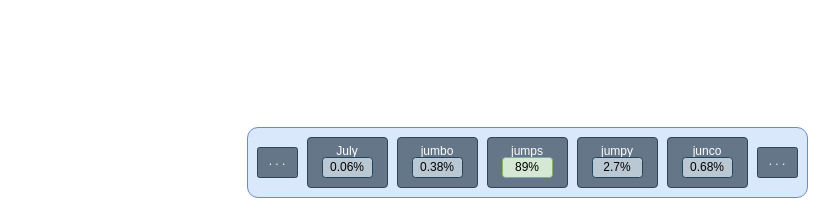
This is book/images/intro/predictions.drawio from yshavit/llm-notes, a draw.io file, before an edit. Source tidied: cells renumbered, new cells numbered last; positions are measured from the earlier drawing's top-left corner, leaving out a move shared by most shapes. Both pictures are drawn from the tidied source at 100%, with x=0, y=0 at pixel (247, 127).
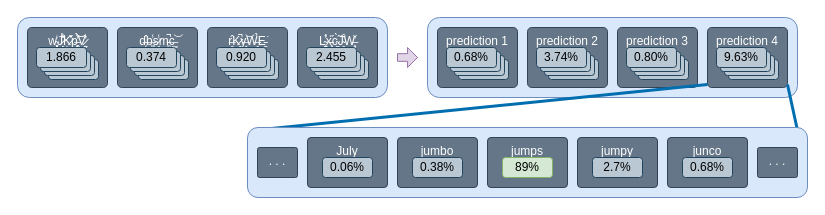
Above is the later version.

Diff of the diagram source:
```diff
@@
+    <mxCell id="15" style="rounded=1;whiteSpace=wrap;html=1;fillColor=#dae8fc;strokeColor=#6c8ebf;" parent="1" vertex="1">
+      <mxGeometry x="-230" y="-110" width="370" height="80" as="geometry" />
+    </mxCell>
+    <mxCell id="16" style="group;" parent="1" vertex="1">
+      <mxGeometry x="-40" y="-100" width="80" height="60" as="geometry" />
+    </mxCell>
+    <mxCell id="17" value="r̶̯̂K̷̘̚y̶̘͝W̶̘̉E̵̱͘" style="rounded=1;whiteSpace=wrap;html=1;fillColor=#647687;fontColor=#ffffff;strokeColor=#314354;verticalAlign=top;arcSize=7;" parent="16" vertex="1">
+      <mxGeometry width="80" height="60" as="geometry" />
+    </mxCell>
+    <mxCell id="18" style="group;" parent="16" vertex="1">
+      <mxGeometry x="9" y="20" width="62" height="32" as="geometry" />
+    </mxCell>
+    <mxCell id="19" style="rounded=1;whiteSpace=wrap;html=1;fillColor=#bac8d3;strokeColor=#23445d;" parent="18" vertex="1">
+      <mxGeometry x="12" y="12" width="50" height="20" as="geometry" />
+    </mxCell>
+    <mxCell id="20" style="rounded=1;whiteSpace=wrap;html=1;fillColor=#bac8d3;strokeColor=#23445d;" parent="18" vertex="1">
+      <mxGeometry x="8" y="8" width="50" height="20" as="geometry" />
+    </mxCell>
+    <mxCell id="21" style="rounded=1;whiteSpace=wrap;html=1;fillColor=#bac8d3;strokeColor=#23445d;" parent="18" vertex="1">
+      <mxGeometry x="4" y="4" width="50" height="20" as="geometry" />
+    </mxCell>
+    <mxCell id="22" value="0.920" style="rounded=1;whiteSpace=wrap;html=1;fillColor=#bac8d3;strokeColor=#23445d;" parent="18" vertex="1">
+      <mxGeometry width="50" height="20" as="geometry" />
+    </mxCell>
+    <mxCell id="23" style="group;" parent="1" vertex="1">
+      <mxGeometry x="50" y="-100" width="80" height="60" as="geometry" />
+    </mxCell>
+    <mxCell id="24" value="L̴̠͙̊̾x̵̧͙̋c̴̳̀̃J̴̯͒̄W̶̖͓̓̌" style="rounded=1;whiteSpace=wrap;html=1;fillColor=#647687;fontColor=#ffffff;strokeColor=#314354;verticalAlign=top;arcSize=7;" parent="23" vertex="1">
+      <mxGeometry width="80" height="60" as="geometry" />
+    </mxCell>
+    <mxCell id="25" style="group;" parent="23" vertex="1">
+      <mxGeometry x="9" y="20" width="62" height="32" as="geometry" />
+    </mxCell>
+    <mxCell id="26" style="rounded=1;whiteSpace=wrap;html=1;fillColor=#bac8d3;strokeColor=#23445d;" parent="25" vertex="1">
+      <mxGeometry x="12" y="12" width="50" height="20" as="geometry" />
+    </mxCell>
+    <mxCell id="27" style="rounded=1;whiteSpace=wrap;html=1;fillColor=#bac8d3;strokeColor=#23445d;" parent="25" vertex="1">
+      <mxGeometry x="8" y="8" width="50" height="20" as="geometry" />
+    </mxCell>
+    <mxCell id="28" style="rounded=1;whiteSpace=wrap;html=1;fillColor=#bac8d3;strokeColor=#23445d;" parent="25" vertex="1">
+      <mxGeometry x="4" y="4" width="50" height="20" as="geometry" />
+    </mxCell>
+    <mxCell id="29" value="2.455" style="rounded=1;whiteSpace=wrap;html=1;fillColor=#bac8d3;strokeColor=#23445d;" parent="25" vertex="1">
+      <mxGeometry width="50" height="20" as="geometry" />
+    </mxCell>
+    <mxCell id="30" style="group;" parent="1" vertex="1">
+      <mxGeometry x="-130" y="-100" width="80" height="60" as="geometry" />
+    </mxCell>
+    <mxCell id="31" value="d̶͔̂b̶͖̾s̷̘̾m̵͚̚c̶͇͝" style="rounded=1;whiteSpace=wrap;html=1;fillColor=#647687;fontColor=#ffffff;strokeColor=#314354;verticalAlign=top;arcSize=7;" parent="30" vertex="1">
+      <mxGeometry width="80" height="60" as="geometry" />
+    </mxCell>
+    <mxCell id="32" style="group;" parent="30" vertex="1">
+      <mxGeometry x="9" y="20" width="62" height="32" as="geometry" />
+    </mxCell>
+    <mxCell id="33" style="rounded=1;whiteSpace=wrap;html=1;fillColor=#bac8d3;strokeColor=#23445d;" parent="32" vertex="1">
+      <mxGeometry x="12" y="12" width="50" height="20" as="geometry" />
+    </mxCell>
+    <mxCell id="34" style="rounded=1;whiteSpace=wrap;html=1;fillColor=#bac8d3;strokeColor=#23445d;" parent="32" vertex="1">
+      <mxGeometry x="8" y="8" width="50" height="20" as="geometry" />
+    </mxCell>
+    <mxCell id="35" style="rounded=1;whiteSpace=wrap;html=1;fillColor=#bac8d3;strokeColor=#23445d;" parent="32" vertex="1">
+      <mxGeometry x="4" y="4" width="50" height="20" as="geometry" />
+    </mxCell>
+    <mxCell id="36" value="0.374" style="rounded=1;whiteSpace=wrap;html=1;fillColor=#bac8d3;strokeColor=#23445d;" parent="32" vertex="1">
+      <mxGeometry width="50" height="20" as="geometry" />
+    </mxCell>
+    <mxCell id="37" style="group;" parent="1" vertex="1">
+      <mxGeometry x="-220" y="-100" width="80" height="60" as="geometry" />
+    </mxCell>
+    <mxCell id="38" value="w̴͕͎͓͓̒J̷̙́̋̎̐Ḳ̷̽̌p̶̰̻̜̔̉͝͝ͅV̷̠̘͐̓" style="rounded=1;whiteSpace=wrap;html=1;fillColor=#647687;fontColor=#ffffff;strokeColor=#314354;verticalAlign=top;arcSize=7;" parent="37" vertex="1">
+      <mxGeometry width="80" height="60" as="geometry" />
+    </mxCell>
+    <mxCell id="39" style="group;" parent="37" vertex="1">
+      <mxGeometry x="9" y="20" width="62" height="32" as="geometry" />
+    </mxCell>
+    <mxCell id="40" style="rounded=1;whiteSpace=wrap;html=1;fillColor=#bac8d3;strokeColor=#23445d;" parent="39" vertex="1">
+      <mxGeometry x="12" y="12" width="50" height="20" as="geometry" />
+    </mxCell>
+    <mxCell id="41" style="rounded=1;whiteSpace=wrap;html=1;fillColor=#bac8d3;strokeColor=#23445d;" parent="39" vertex="1">
+      <mxGeometry x="8" y="8" width="50" height="20" as="geometry" />
+    </mxCell>
+    <mxCell id="42" style="rounded=1;whiteSpace=wrap;html=1;fillColor=#bac8d3;strokeColor=#23445d;" parent="39" vertex="1">
+      <mxGeometry x="4" y="4" width="50" height="20" as="geometry" />
+    </mxCell>
+    <mxCell id="43" value="1.866" style="rounded=1;whiteSpace=wrap;html=1;fillColor=#bac8d3;strokeColor=#23445d;" parent="39" vertex="1">
+      <mxGeometry width="50" height="20" as="geometry" />
+    </mxCell>
+    <mxCell id="44" style="rounded=1;whiteSpace=wrap;html=1;fillColor=#dae8fc;strokeColor=#6c8ebf;" parent="1" vertex="1">
+      <mxGeometry x="180" y="-110" width="370" height="80" as="geometry" />
+    </mxCell>
+    <mxCell id="45" style="group;" parent="1" vertex="1">
+      <mxGeometry x="370" y="-100" width="80" height="60" as="geometry" />
+    </mxCell>
+    <mxCell id="46" value="prediction 3" style="rounded=1;whiteSpace=wrap;html=1;fillColor=#647687;fontColor=#ffffff;strokeColor=#314354;verticalAlign=top;arcSize=7;" parent="45" vertex="1">
+      <mxGeometry width="80" height="60" as="geometry" />
+    </mxCell>
+    <mxCell id="47" style="group;" parent="45" vertex="1">
+      <mxGeometry x="9" y="20" width="62" height="32" as="geometry" />
+    </mxCell>
+    <mxCell id="48" style="rounded=1;whiteSpace=wrap;html=1;fillColor=#bac8d3;strokeColor=#23445d;" parent="47" vertex="1">
+      <mxGeometry x="12" y="12" width="50" height="20" as="geometry" />
+    </mxCell>
+    <mxCell id="49" style="rounded=1;whiteSpace=wrap;html=1;fillColor=#bac8d3;strokeColor=#23445d;" parent="47" vertex="1">
+      <mxGeometry x="8" y="8" width="50" height="20" as="geometry" />
+    </mxCell>
+    <mxCell id="50" style="rounded=1;whiteSpace=wrap;html=1;fillColor=#bac8d3;strokeColor=#23445d;" parent="47" vertex="1">
+      <mxGeometry x="4" y="4" width="50" height="20" as="geometry" />
+    </mxCell>
+    <mxCell id="51" value="0.80%" style="rounded=1;whiteSpace=wrap;html=1;fillColor=#bac8d3;strokeColor=#23445d;" parent="47" vertex="1">
+      <mxGeometry width="50" height="20" as="geometry" />
+    </mxCell>
+    <mxCell id="52" style="group;" parent="1" vertex="1">
+      <mxGeometry x="460" y="-100" width="80" height="60" as="geometry" />
+    </mxCell>
+    <mxCell id="53" value="prediction 4" style="rounded=1;whiteSpace=wrap;html=1;fillColor=#647687;fontColor=#ffffff;strokeColor=#314354;verticalAlign=top;arcSize=7;" parent="52" vertex="1">
+      <mxGeometry width="80" height="60" as="geometry" />
+    </mxCell>
+    <mxCell id="54" style="group;" parent="52" vertex="1">
+      <mxGeometry x="9" y="20" width="71" height="37" as="geometry" />
+    </mxCell>
+    <mxCell id="55" style="rounded=1;whiteSpace=wrap;html=1;fillColor=#bac8d3;strokeColor=#23445d;" parent="54" vertex="1">
+      <mxGeometry x="12" y="12" width="50" height="20" as="geometry" />
+    </mxCell>
+    <mxCell id="56" style="rounded=1;whiteSpace=wrap;html=1;fillColor=#bac8d3;strokeColor=#23445d;" parent="54" vertex="1">
+      <mxGeometry x="8" y="8" width="50" height="20" as="geometry" />
+    </mxCell>
+    <mxCell id="57" style="rounded=1;whiteSpace=wrap;html=1;fillColor=#bac8d3;strokeColor=#23445d;" parent="54" vertex="1">
+      <mxGeometry x="4" y="4" width="50" height="20" as="geometry" />
+    </mxCell>
+    <mxCell id="58" value="9.63%" style="rounded=1;whiteSpace=wrap;html=1;fillColor=#bac8d3;strokeColor=#23445d;" parent="54" vertex="1">
+      <mxGeometry width="50" height="20" as="geometry" />
+    </mxCell>
+    <mxCell id="59" style="rounded=0;whiteSpace=wrap;html=1;strokeColor=none;fillColor=none;" parent="54" vertex="1">
+      <mxGeometry x="-9" y="7" width="80" height="30" as="geometry" />
+    </mxCell>
+    <mxCell id="60" style="group;" parent="1" vertex="1">
+      <mxGeometry x="280" y="-100" width="80" height="60" as="geometry" />
+    </mxCell>
+    <mxCell id="61" value="prediction 2" style="rounded=1;whiteSpace=wrap;html=1;fillColor=#647687;fontColor=#ffffff;strokeColor=#314354;verticalAlign=top;arcSize=7;" parent="60" vertex="1">
+      <mxGeometry width="80" height="60" as="geometry" />
+    </mxCell>
+    <mxCell id="62" style="group;" parent="60" vertex="1">
+      <mxGeometry x="9" y="20" width="62" height="32" as="geometry" />
+    </mxCell>
+    <mxCell id="63" style="rounded=1;whiteSpace=wrap;html=1;fillColor=#bac8d3;strokeColor=#23445d;" parent="62" vertex="1">
+      <mxGeometry x="12" y="12" width="50" height="20" as="geometry" />
+    </mxCell>
+    <mxCell id="64" style="rounded=1;whiteSpace=wrap;html=1;fillColor=#bac8d3;strokeColor=#23445d;" parent="62" vertex="1">
+      <mxGeometry x="8" y="8" width="50" height="20" as="geometry" />
+    </mxCell>
+    <mxCell id="65" style="rounded=1;whiteSpace=wrap;html=1;fillColor=#bac8d3;strokeColor=#23445d;" parent="62" vertex="1">
+      <mxGeometry x="4" y="4" width="50" height="20" as="geometry" />
+    </mxCell>
+    <mxCell id="66" value="3.74%" style="rounded=1;whiteSpace=wrap;html=1;fillColor=#bac8d3;strokeColor=#23445d;" parent="62" vertex="1">
+      <mxGeometry width="50" height="20" as="geometry" />
+    </mxCell>
+    <mxCell id="67" style="group;" parent="1" vertex="1">
+      <mxGeometry x="190" y="-100" width="80" height="60" as="geometry" />
+    </mxCell>
+    <mxCell id="68" value="prediction 1" style="rounded=1;whiteSpace=wrap;html=1;fillColor=#647687;fontColor=#ffffff;strokeColor=#314354;verticalAlign=top;arcSize=7;" parent="67" vertex="1">
+      <mxGeometry width="80" height="60" as="geometry" />
+    </mxCell>
+    <mxCell id="69" style="group;" parent="67" vertex="1">
+      <mxGeometry x="9" y="20" width="71" height="37" as="geometry" />
+    </mxCell>
+    <mxCell id="70" style="rounded=1;whiteSpace=wrap;html=1;fillColor=#bac8d3;strokeColor=#23445d;" parent="69" vertex="1">
+      <mxGeometry x="12" y="12" width="50" height="20" as="geometry" />
+    </mxCell>
+    <mxCell id="71" style="rounded=1;whiteSpace=wrap;html=1;fillColor=#bac8d3;strokeColor=#23445d;" parent="69" vertex="1">
+      <mxGeometry x="8" y="8" width="50" height="20" as="geometry" />
+    </mxCell>
+    <mxCell id="72" style="rounded=1;whiteSpace=wrap;html=1;fillColor=#bac8d3;strokeColor=#23445d;" parent="69" vertex="1">
+      <mxGeometry x="4" y="4" width="50" height="20" as="geometry" />
+    </mxCell>
+    <mxCell id="73" value="0.68%" style="rounded=1;whiteSpace=wrap;html=1;fillColor=#bac8d3;strokeColor=#23445d;" parent="69" vertex="1">
+      <mxGeometry width="50" height="20" as="geometry" />
+    </mxCell>
+    <mxCell id="74" style="shape=singleArrow;whiteSpace=wrap;html=1;arrowWidth=0.3833333333333343;arrowSize=0.49722222222222284;fillColor=#e1d5e7;strokeColor=#9673a6;" parent="1" vertex="1">
+      <mxGeometry x="150" y="-80" width="20" height="20" as="geometry" />
+    </mxCell>
+    <mxCell id="75" style="endArrow=none;html=1;rounded=0;exitX=0;exitY=0;exitDx=0;exitDy=0;entryX=0;entryY=1;entryDx=0;entryDy=0;fillColor=#1ba1e2;strokeColor=#006EAF;strokeWidth=3;" parent="1" edge="1" source="77" target="59">
+      <mxGeometry relative="1" as="geometry" />
+    </mxCell>
+    <mxCell id="76" style="endArrow=none;html=1;rounded=0;entryX=1;entryY=1;entryDx=0;entryDy=0;exitX=1;exitY=0;exitDx=0;exitDy=0;fillColor=#1ba1e2;strokeColor=#006EAF;strokeWidth=3;" parent="1" edge="1" source="77" target="59">
+      <mxGeometry relative="1" as="geometry" />
+    </mxCell>
@@
+    <mxCell id="77" style="rounded=0;whiteSpace=wrap;html=1;strokeColor=none;fillColor=none;" parent="1" vertex="1">
+      <mxGeometry x="5" y="3" width="545" height="20" as="geometry" />
+    </mxCell>
```
